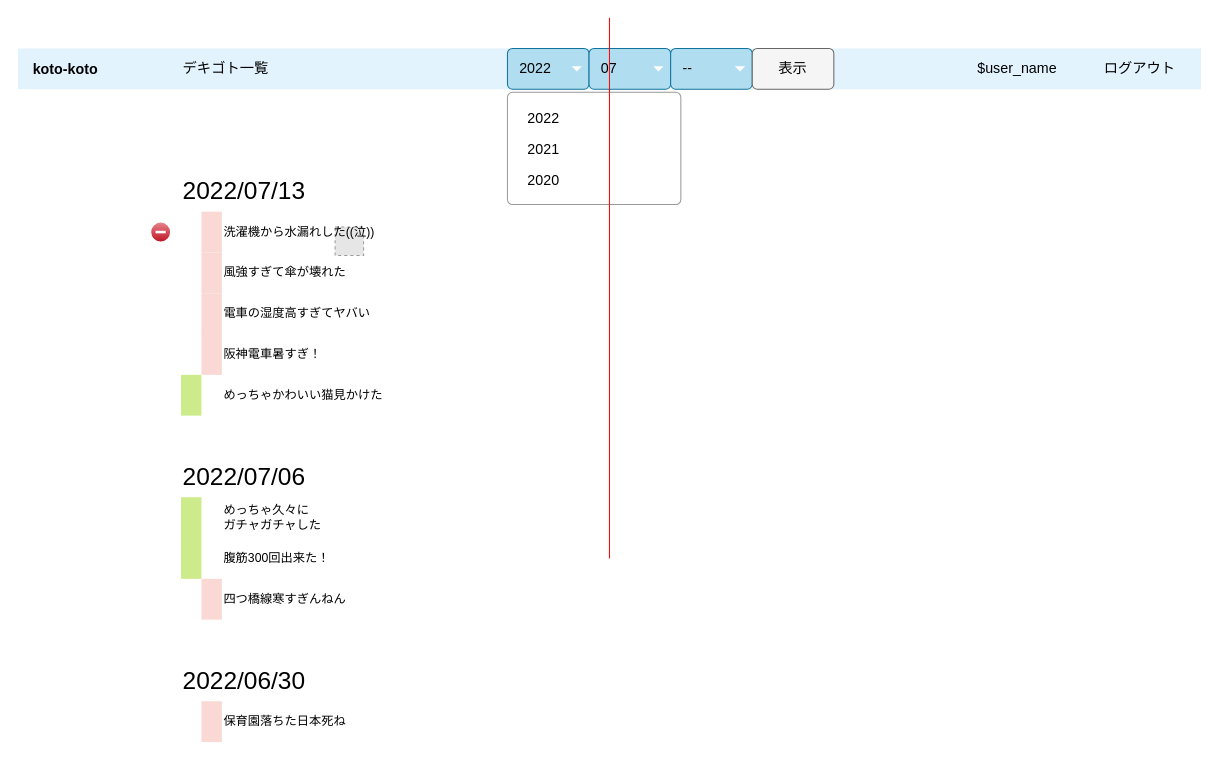
Before: page "デキゴト表示" (4 of 5) of 名称未設定ファイル.drawio in omoikanelulu/Three_good_things, a draw.io diagram. Source tidied: cells renumbered, new cells numbered last; positions are measured from the earlier drawing's top-left corner, leaving out a move shared by most shapes. Both pictures are drawn from the tidied source at 102%, with x=0, y=0 at pixel (17, 17). Pictures stored in the file or linked from it are replaced by grey dashed boxes.
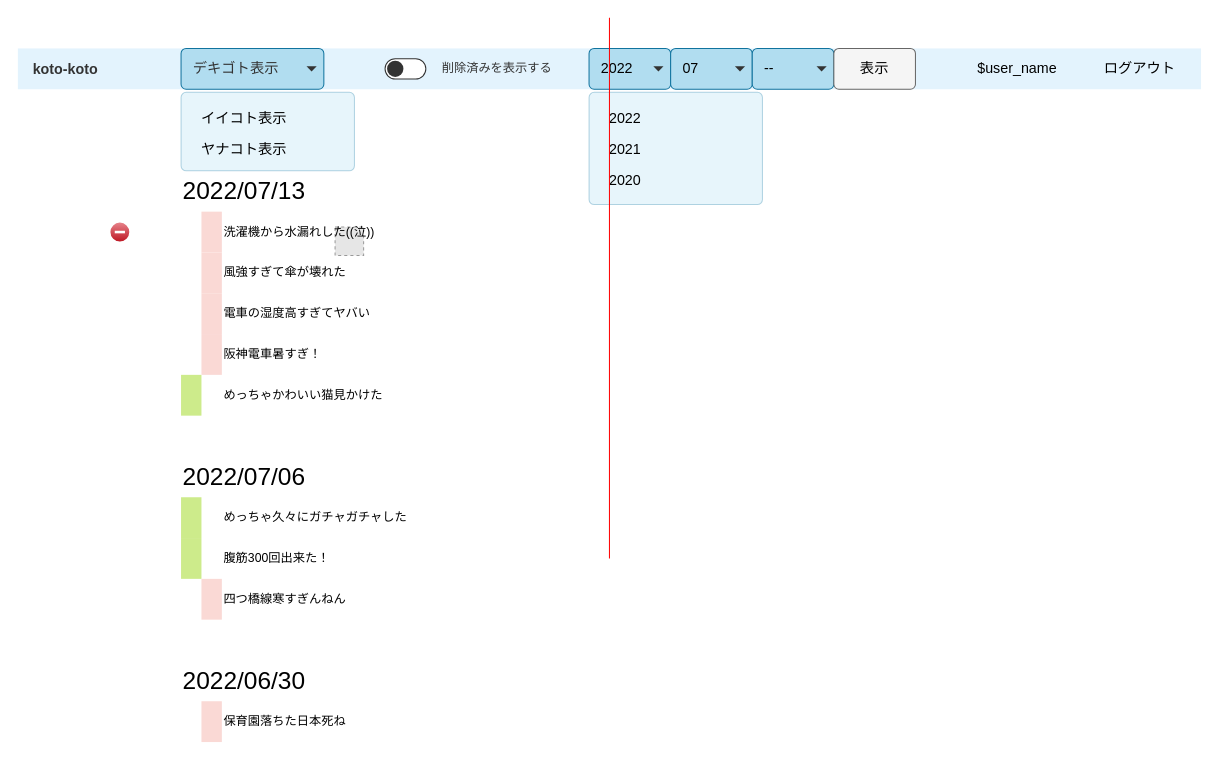
After the change.

Diff of the diagram source:
```diff
@@
+    <mxCell id="3" value="&lt;span style=&quot;font-size: 24px;&quot;&gt;2022/07/13&lt;br&gt;&lt;/span&gt;" style="text;html=1;strokeColor=none;fillColor=none;align=left;verticalAlign=middle;whiteSpace=wrap;rounded=0;fontColor=default;" parent="1" vertex="1">
+      <mxGeometry x="160" y="150" width="160" height="40" as="geometry" />
+    </mxCell>
-    <mxCell id="2" value="&lt;b style=&quot;color: rgb(0, 0, 0); font-size: 14px; text-align: center;&quot;&gt;koto-koto&lt;/b&gt;" style="html=1;shadow=0;dashed=0;fillColor=#E3F3FD;strokeColor=none;fontSize=16;fontColor=#161819;align=left;spacing=15;fixDash=0;" parent="1" vertex="1">
+    <mxCell id="2" value="&lt;b style=&quot;font-size: 14px; text-align: center;&quot;&gt;koto-koto&lt;/b&gt;" style="html=1;shadow=0;dashed=0;fillColor=#E3F3FD;strokeColor=none;fontSize=16;fontColor=#333333;align=left;spacing=15;fixDash=0;" parent="1" vertex="1">
       <mxGeometry y="30" width="1160" height="40" as="geometry" />
     </mxCell>
-    <mxCell id="3" value="&lt;span style=&quot;font-size: 24px;&quot;&gt;2022/07/13&lt;br&gt;&lt;/span&gt;" style="text;html=1;strokeColor=none;fillColor=none;align=left;verticalAlign=middle;whiteSpace=wrap;rounded=0;fontColor=default;" parent="1" vertex="1">
-      <mxGeometry x="160" y="150" width="160" height="40" as="geometry" />
-    </mxCell>
@@
     <mxCell id="6" value="2022" style="html=1;shadow=0;dashed=0;shape=mxgraph.bootstrap.rrect;rSize=5;strokeWidth=1;fillColor=#b1ddf0;whiteSpace=wrap;align=left;verticalAlign=middle;fontStyle=0;fontSize=14;spacingLeft=10;strokeColor=#10739e;" parent="1" vertex="1">
-      <mxGeometry x="480" y="30" width="80" height="40" as="geometry" />
+      <mxGeometry x="560" y="30" width="80" height="40" as="geometry" />
     </mxCell>
-    <mxCell id="7" style="shape=triangle;direction=south;fillColor=#ffffff;strokeColor=none;perimeter=none;fontSize=12;" parent="6" vertex="1">
+    <mxCell id="7" style="shape=triangle;direction=south;fillColor=#333333;strokeColor=none;perimeter=none;fontSize=12;" parent="6" vertex="1">
       <mxGeometry x="1" y="0.5" width="10" height="5" relative="1" as="geometry">
         <mxPoint x="-17" y="-2.5" as="offset" />
       </mxGeometry>
     </mxCell>
     <mxCell id="8" value="07" style="html=1;shadow=0;dashed=0;shape=mxgraph.bootstrap.rrect;rSize=5;strokeWidth=1;fillColor=#b1ddf0;whiteSpace=wrap;align=left;verticalAlign=middle;fontStyle=0;fontSize=14;spacingLeft=10;strokeColor=#10739e;" parent="1" vertex="1">
-      <mxGeometry x="560" y="30" width="80" height="40" as="geometry" />
+      <mxGeometry x="640" y="30" width="80" height="40" as="geometry" />
     </mxCell>
-    <mxCell id="9" style="shape=triangle;direction=south;fillColor=#ffffff;strokeColor=none;perimeter=none;fontSize=12;" parent="8" vertex="1">
+    <mxCell id="9" style="shape=triangle;direction=south;fillColor=#333333;strokeColor=none;perimeter=none;fontSize=12;" parent="8" vertex="1">
       <mxGeometry x="1" y="0.5" width="10" height="5" relative="1" as="geometry">
         <mxPoint x="-17" y="-2.5" as="offset" />
       </mxGeometry>
     </mxCell>
     <mxCell id="10" value="--" style="html=1;shadow=0;dashed=0;shape=mxgraph.bootstrap.rrect;rSize=5;strokeWidth=1;fillColor=#b1ddf0;whiteSpace=wrap;align=left;verticalAlign=middle;fontStyle=0;fontSize=14;spacingLeft=10;strokeColor=#10739e;" parent="1" vertex="1">
-      <mxGeometry x="640" y="30" width="80" height="40" as="geometry" />
+      <mxGeometry x="720" y="30" width="80" height="40" as="geometry" />
     </mxCell>
-    <mxCell id="11" style="shape=triangle;direction=south;fillColor=#ffffff;strokeColor=none;perimeter=none;fontSize=12;" parent="10" vertex="1">
+    <mxCell id="11" style="shape=triangle;direction=south;fillColor=#333333;strokeColor=none;perimeter=none;fontSize=12;" parent="10" vertex="1">
       <mxGeometry x="1" y="0.5" width="10" height="5" relative="1" as="geometry">
         <mxPoint x="-17" y="-2.5" as="offset" />
       </mxGeometry>
     </mxCell>
-    <mxCell id="12" style="html=1;shadow=0;dashed=0;shape=mxgraph.bootstrap.rrect;rSize=5;fillColor=#ffffff;strokeColor=#999999;fontSize=12;" parent="1" vertex="1">
-      <mxGeometry x="480" y="73" width="170" height="110" as="geometry" />
+    <mxCell id="12" style="html=1;shadow=0;dashed=0;shape=mxgraph.bootstrap.rrect;rSize=5;fillColor=#B1DDF0;strokeColor=#10739E;fontSize=12;opacity=30;" parent="1" vertex="1">
+      <mxGeometry x="560" y="73" width="170" height="110" as="geometry" />
     </mxCell>
@@
-    <mxCell id="18" value="デキゴト一覧" style="html=1;shadow=0;dashed=0;fillColor=none;strokeColor=none;shape=mxgraph.bootstrap.rect;fontColor=#000000;whiteSpace=wrap;fontSize=14;align=left;" parent="1" vertex="1">
-      <mxGeometry x="160" y="30" width="120" height="40" as="geometry" />
-    </mxCell>
     <mxCell id="19" value="&lt;font color=&quot;#000000&quot; style=&quot;font-size: 14px;&quot;&gt;表示&lt;/font&gt;" style="html=1;shadow=0;dashed=0;shape=mxgraph.bootstrap.rrect;rSize=5;strokeWidth=1;whiteSpace=wrap;align=center;verticalAlign=middle;spacingLeft=0;fontStyle=0;fontSize=14;spacing=5;fillColor=#f5f5f5;strokeColor=#666666;fontColor=#333333;" parent="1" vertex="1">
-      <mxGeometry x="720" y="30" width="80" height="40" as="geometry" />
+      <mxGeometry x="800" y="30" width="80" height="40" as="geometry" />
     </mxCell>
     <mxCell id="20" style="verticalLabelPosition=bottom;verticalAlign=top;html=1;shadow=0;dashed=0;strokeWidth=1;shape=mxgraph.ios.iDeleteIcon;fillColor=#e8878E;fillColor2=#BD1421;strokeColor=#ffffff;sketch=0;" parent="1" vertex="1">
-      <mxGeometry x="130" y="200" width="20" height="20" as="geometry" />
+      <mxGeometry x="90" y="200" width="20" height="20" as="geometry" />
     </mxCell>
@@
-    <mxCell id="29" value="めっちゃ久々に&lt;br&gt;ガチャガチャした" style="text;html=1;strokeColor=none;fillColor=none;align=left;verticalAlign=middle;whiteSpace=wrap;rounded=0;" parent="1" vertex="1">
-      <mxGeometry x="200" y="470" width="160" height="40" as="geometry" />
+    <mxCell id="29" value="めっちゃ久々にガチャガチャした" style="text;html=1;strokeColor=none;fillColor=none;align=left;verticalAlign=middle;whiteSpace=wrap;rounded=0;" parent="1" vertex="1">
+      <mxGeometry x="200" y="470" width="200" height="40" as="geometry" />
     </mxCell>
@@
+    <mxCell id="41" value="デキゴト表示" style="html=1;shadow=0;dashed=0;shape=mxgraph.bootstrap.rrect;rSize=5;strokeColor=#10739E;strokeWidth=1;fillColor=#B1DDF0;fontColor=#333333;whiteSpace=wrap;align=left;verticalAlign=middle;fontStyle=0;fontSize=14;spacingLeft=10;" parent="1" vertex="1">
+      <mxGeometry x="160" y="30" width="140" height="40" as="geometry" />
+    </mxCell>
+    <mxCell id="42" style="shape=triangle;direction=south;fillColor=#333333;strokeColor=none;perimeter=none;fontColor=#333333;" parent="41" vertex="1">
+      <mxGeometry x="1" y="0.5" width="10" height="5" relative="1" as="geometry">
+        <mxPoint x="-17" y="-2.5" as="offset" />
+      </mxGeometry>
+    </mxCell>
+    <mxCell id="43" style="html=1;shadow=0;dashed=0;shape=mxgraph.bootstrap.rrect;rSize=5;fillColor=#B1DDF0;strokeColor=#10739E;opacity=30;" parent="1" vertex="1">
+      <mxGeometry x="160" y="73" width="170" height="77" as="geometry" />
+    </mxCell>
+    <mxCell id="44" value="イイコト表示" style="fillColor=none;strokeColor=none;align=left;spacing=20;fontSize=14;" parent="43" vertex="1">
+      <mxGeometry width="170" height="30" relative="1" as="geometry">
+        <mxPoint y="10" as="offset" />
+      </mxGeometry>
+    </mxCell>
+    <mxCell id="45" value="ヤナコト表示" style="fillColor=none;strokeColor=none;align=left;spacing=20;fontSize=14;" parent="43" vertex="1">
+      <mxGeometry width="170" height="30" relative="1" as="geometry">
+        <mxPoint y="40" as="offset" />
+      </mxGeometry>
+    </mxCell>
+    <mxCell id="46" value="　　削除済みを表示する" style="html=1;shadow=0;dashed=0;shape=mxgraph.bootstrap.switch;strokeColor=#333333;strokeWidth=1;fillColor=default;fontColor=#333333;onStrokeColor=#ffffff;onFillColor=#0085FC;align=left;verticalAlign=middle;spacingLeft=10;labelPosition=right;verticalLabelPosition=middle;buttonState=0;sketch=0;labelBackgroundColor=none;gradientColor=none;" parent="1" vertex="1">
+      <mxGeometry x="360" y="40" width="20" height="20" as="geometry" />
+    </mxCell>
```
